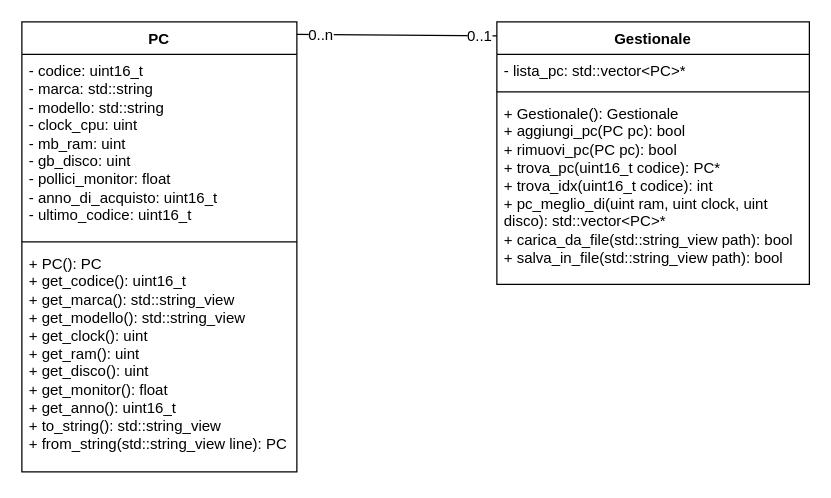
Earlier version of the draw.io diagram Gestionale_UML.drawio (gifede/UML_21_10_2026). Source tidied: cells renumbered, new cells numbered last; positions are measured from the earlier drawing's top-left corner, leaving out a move shared by most shapes. Both pictures are drawn from the tidied source at 125%, with x=0, y=0 at pixel (21, 21).
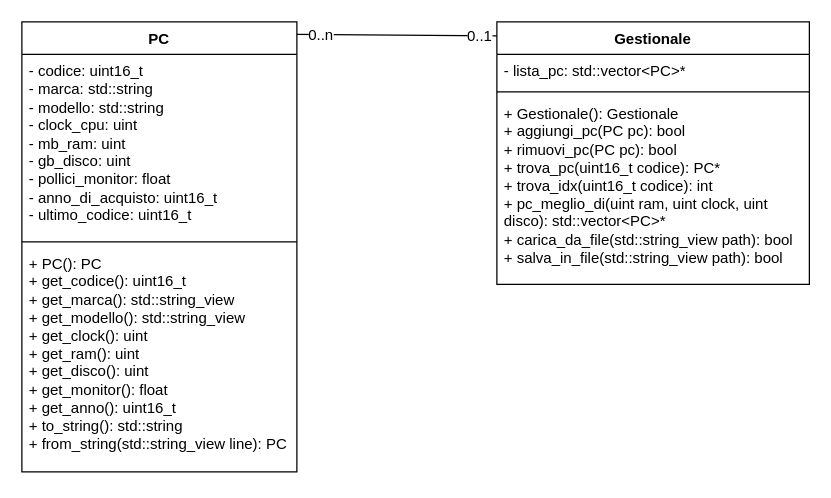
Above is the later version.

Commit message:
string_view a string!!!

The edit, as a diff of the source:
```diff
@@
 <mxGraphModel>
   <root>
     <mxCell id="0" />
     <mxCell id="1" parent="0" />
     <mxCell id="2" value="PC" style="swimlane;fontStyle=1;align=center;verticalAlign=top;horizontal=1;startSize=26;whiteSpace=wrap;html=1;" parent="1" vertex="1">
       <mxGeometry width="220" height="360" as="geometry" />
     </mxCell>
     <mxCell id="3" value="&lt;div&gt;- codice: uint16_t&lt;/div&gt;&lt;div&gt;- marca: std::string&lt;/div&gt;&lt;div&gt;- modello: std::string&lt;/div&gt;&lt;div&gt;- clock_cpu: uint&lt;/div&gt;&lt;div&gt;- mb_ram: uint&lt;/div&gt;&lt;div&gt;- gb_disco: uint&lt;/div&gt;&lt;div&gt;- pollici_monitor: float&lt;/div&gt;&lt;div&gt;- anno_di_acquisto: uint16_t&lt;/div&gt;&lt;div&gt;- ultimo_codice: uint16_t&lt;/div&gt;" style="text;strokeColor=none;fillColor=none;align=left;verticalAlign=top;spacingLeft=4;spacingRight=4;overflow=hidden;whiteSpace=wrap;html=1;" parent="2" vertex="1">
       <mxGeometry y="26" width="220" height="146" as="geometry" />
     </mxCell>
     <mxCell id="4" style="line;strokeWidth=1;fillColor=none;align=left;verticalAlign=middle;spacingTop=-1;spacingLeft=3;spacingRight=3;labelPosition=right;strokeColor=inherit;" parent="2" vertex="1">
       <mxGeometry y="172" width="220" height="8" as="geometry" />
     </mxCell>
-    <mxCell id="5" value="&lt;div&gt;+ PC(): PC&lt;/div&gt;&lt;div&gt;+ get_codice(): uint16_t&lt;/div&gt;&lt;div&gt;+ get_marca(): std::string_view&lt;/div&gt;&lt;div&gt;+ get_modello(): std::string_view&lt;/div&gt;&lt;div&gt;+ get_clock(): uint&lt;/div&gt;&lt;div&gt;+ get_ram(): uint&lt;/div&gt;&lt;div&gt;+ get_disco(): uint&lt;/div&gt;&lt;div&gt;+ get_monitor(): float&lt;/div&gt;&lt;div&gt;+ get_anno(): uint16_t&lt;/div&gt;&lt;div&gt;+ to_string(): std::string_view&lt;/div&gt;&lt;div&gt;+ from_string(std::string_view line): PC&lt;/div&gt;" style="text;strokeColor=none;fillColor=none;align=left;verticalAlign=top;spacingLeft=4;spacingRight=4;overflow=hidden;whiteSpace=wrap;html=1;" parent="2" vertex="1">
+    <mxCell id="5" value="&lt;div&gt;+ PC(): PC&lt;/div&gt;&lt;div&gt;+ get_codice(): uint16_t&lt;/div&gt;&lt;div&gt;+ get_marca(): std::string_view&lt;/div&gt;&lt;div&gt;+ get_modello(): std::string_view&lt;/div&gt;&lt;div&gt;+ get_clock(): uint&lt;/div&gt;&lt;div&gt;+ get_ram(): uint&lt;/div&gt;&lt;div&gt;+ get_disco(): uint&lt;/div&gt;&lt;div&gt;+ get_monitor(): float&lt;/div&gt;&lt;div&gt;+ get_anno(): uint16_t&lt;/div&gt;&lt;div&gt;+ to_string(): std::string&lt;/div&gt;&lt;div&gt;+ from_string(std::string_view line): PC&lt;/div&gt;" style="text;strokeColor=none;fillColor=none;align=left;verticalAlign=top;spacingLeft=4;spacingRight=4;overflow=hidden;whiteSpace=wrap;html=1;" parent="2" vertex="1">
       <mxGeometry y="180" width="220" height="180" as="geometry" />
     </mxCell>
     <mxCell id="6" value="Gestionale" style="swimlane;fontStyle=1;align=center;verticalAlign=top;horizontal=1;startSize=26;whiteSpace=wrap;html=1;" parent="1" vertex="1">
       <mxGeometry x="380" width="250" height="210" as="geometry" />
     </mxCell>
     <mxCell id="7" value="- lista_pc: std::vector&amp;lt;PC&amp;gt;*" style="text;strokeColor=none;fillColor=none;align=left;verticalAlign=top;spacingLeft=4;spacingRight=4;overflow=hidden;whiteSpace=wrap;html=1;" parent="6" vertex="1">
       <mxGeometry y="26" width="250" height="26" as="geometry" />
     </mxCell>
     <mxCell id="8" style="line;strokeWidth=1;fillColor=none;align=left;verticalAlign=middle;spacingTop=-1;spacingLeft=3;spacingRight=3;labelPosition=right;strokeColor=inherit;" parent="6" vertex="1">
       <mxGeometry y="52" width="250" height="8" as="geometry" />
     </mxCell>
     <mxCell id="9" value="&lt;div&gt;+ Gestionale(): Gestionale&amp;nbsp;&lt;/div&gt;&lt;div&gt;+ aggiungi_pc(PC pc): bool&lt;/div&gt;&lt;div&gt;+ rimuovi_pc(PC pc): bool&lt;/div&gt;&lt;div&gt;+ trova_pc(uint16_t codice): PC*&lt;/div&gt;&lt;div&gt;+ trova_idx(uint16_t codice): int&lt;/div&gt;&lt;div&gt;+ pc_meglio_di(uint ram, uint clock, uint disco): std::vector&amp;lt;PC&amp;gt;*&lt;/div&gt;&lt;div&gt;+ carica_da_file(std::string_view path): bool&lt;/div&gt;&lt;div&gt;+ salva_in_file(std::string_view path): bool&lt;/div&gt;" style="text;strokeColor=none;fillColor=none;align=left;verticalAlign=top;spacingLeft=4;spacingRight=4;overflow=hidden;whiteSpace=wrap;html=1;" parent="6" vertex="1">
       <mxGeometry y="60" width="250" height="150" as="geometry" />
     </mxCell>
     <mxCell id="10" style="edgeStyle=none;jettySize=auto;html=1;rounded=0;fontSize=12;startSize=8;endSize=8;curved=1;entryX=0;entryY=0.053;entryDx=0;entryDy=0;entryPerimeter=0;endArrow=none;endFill=0;" parent="1" edge="1" target="6">
       <mxGeometry relative="1" as="geometry">
         <mxPoint x="220" y="10" as="sourcePoint" />
       </mxGeometry>
     </mxCell>
     <mxCell id="11" value="0..n" style="edgeLabel;html=1;align=center;verticalAlign=middle;fontSize=12;" parent="10" vertex="1">
       <mxGeometry x="-0.76" y="-2" relative="1" as="geometry">
         <mxPoint y="-2" as="offset" />
       </mxGeometry>
     </mxCell>
     <mxCell id="12" value="0..1" style="edgeLabel;html=1;align=center;verticalAlign=middle;fontSize=12;" parent="10" vertex="1">
       <mxGeometry x="0.81" y="4" relative="1" as="geometry">
         <mxPoint y="4" as="offset" />
       </mxGeometry>
     </mxCell>
   </root>
 </mxGraphModel>
```
